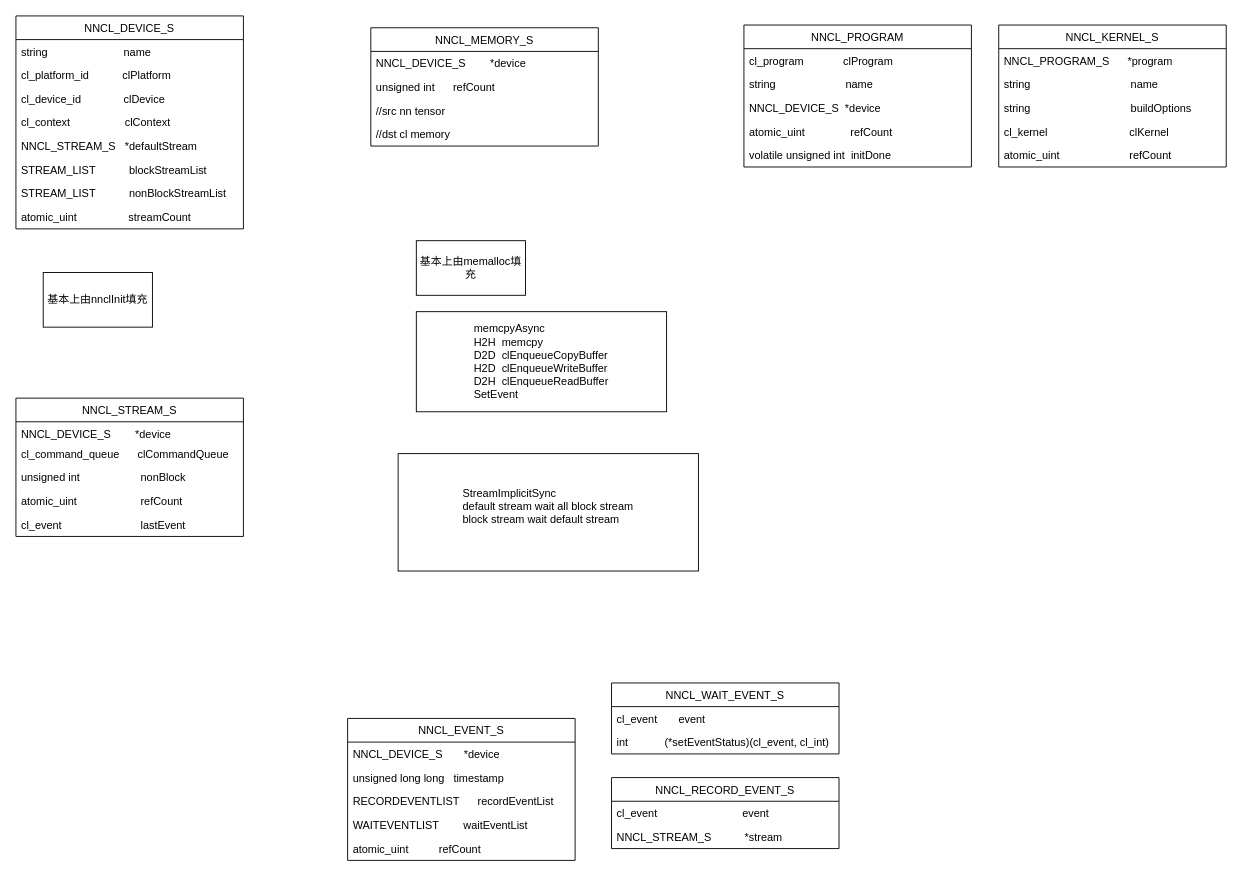
Above: streamevent.drawio in sudocloud/draw.io (draw.io), before the change. Source tidied: cells renumbered, new cells numbered last; positions are measured from the earlier drawing's top-left corner, leaving out a move shared by most shapes. Both pictures are drawn from the tidied source at 91%, with x=0, y=0 at pixel (15, 15).
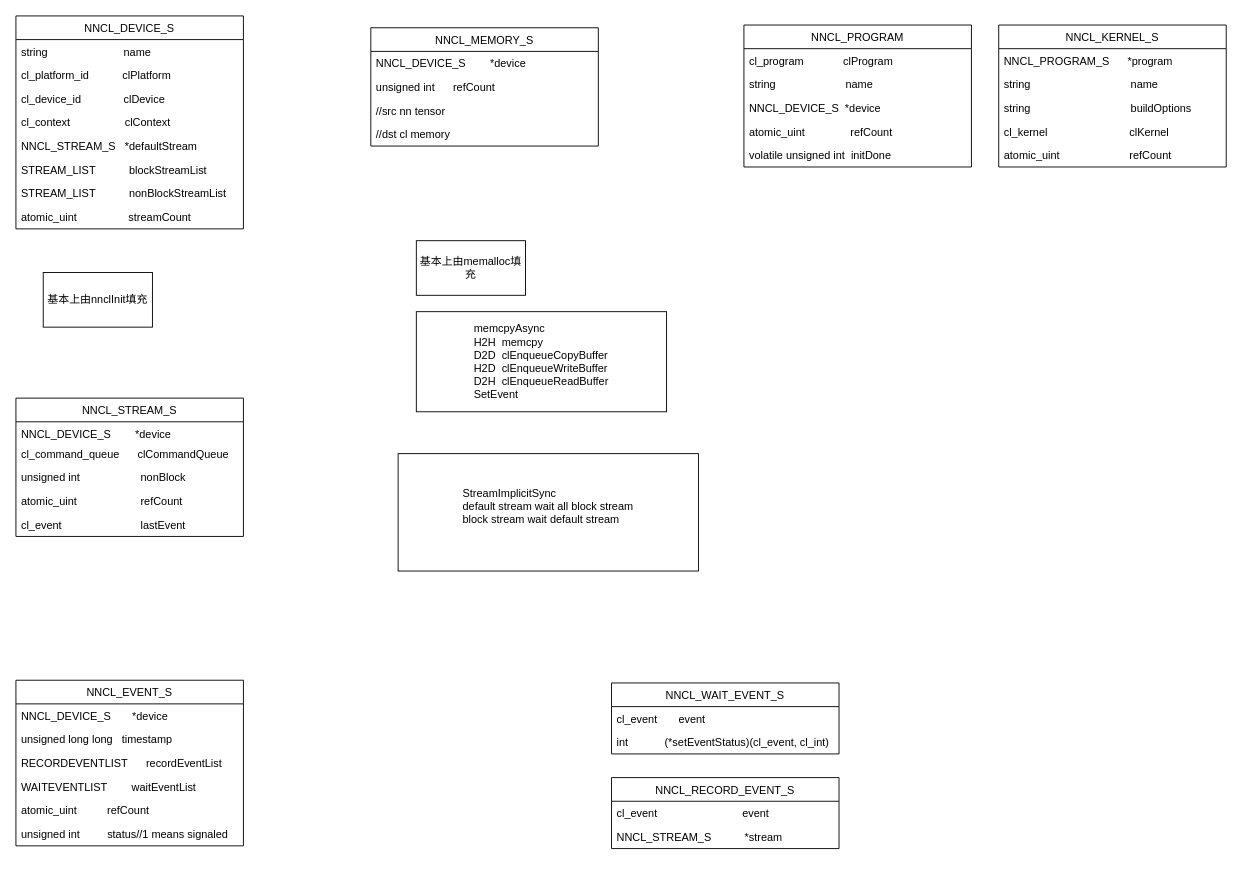
The same diagram, later.

What changed in the source:
```diff
@@
     <mxCell id="40" value="NNCL_EVENT_S" style="swimlane;fontStyle=0;horizontal=1;startSize=26;fillColor=none;" parent="1" vertex="1">
-      <mxGeometry x="364.5" y="772" width="250" height="156" as="geometry" />
+      <mxGeometry y="730" width="250" height="182" as="geometry" />
     </mxCell>
@@
+    <mxCell id="50" value="unsigned int         status//1 means signaled" style="text;strokeColor=none;fillColor=none;align=left;verticalAlign=top;spacingLeft=4;spacingRight=4;overflow=hidden;" parent="40" vertex="1">
+      <mxGeometry y="156" width="250" height="26" as="geometry" />
+    </mxCell>
```
